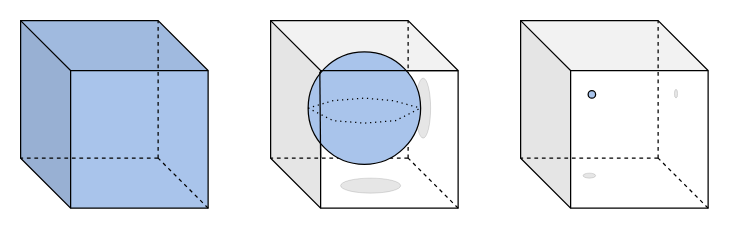
Aakee/ANC-figures keeps this draw.io diagram as ancEffectiveArea.drawio. Above is the earlier version. Source tidied: cells renumbered, new cells numbered last; positions are measured from the earlier drawing's top-left corner, leaving out a move shared by most shapes. Both pictures are drawn from the tidied source at 125%, with x=0, y=0 at pixel (20, 20).
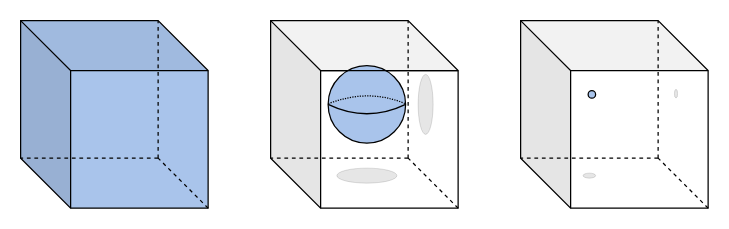
After the change.

What changed in the source:
```diff
@@
     <mxCell id="14" style="ellipse;whiteSpace=wrap;html=1;fillColor=#E6E6E6;strokeWidth=0;rotation=90;" parent="1" vertex="1">
-      <mxGeometry x="298" y="64" width="48" height="12" as="geometry" />
+      <mxGeometry x="300" y="61" width="48" height="12" as="geometry" />
     </mxCell>
     <mxCell id="15" style="ellipse;whiteSpace=wrap;html=1;fillColor=#A9C4EB;strokeWidth=1;" parent="1" vertex="1">
-      <mxGeometry x="230" y="25" width="90" height="90" as="geometry" />
+      <mxGeometry x="246" y="36" width="62" height="62" as="geometry" />
     </mxCell>
-    <mxCell id="16" style="endArrow=none;html=1;rounded=0;entryX=0.104;entryY=0.176;entryDx=0;entryDy=0;entryPerimeter=0;" parent="1" edge="1" target="15">
-      <mxGeometry relative="1" as="geometry">
-        <mxPoint x="240" y="110" as="sourcePoint" />
-      </mxGeometry>
-    </mxCell>
@@
-    <mxCell id="18" style="endArrow=none;dashed=1;html=1;dashPattern=1 3;strokeWidth=1;rounded=0;entryX=1;entryY=0.5;entryDx=0;entryDy=0;" parent="1" edge="1" target="15">
-      <mxGeometry relative="1" as="geometry">
-        <mxPoint x="230" y="70" as="sourcePoint" />
-        <Array as="points">
-          <mxPoint x="250" y="80" />
-          <mxPoint x="275" y="82" />
-          <mxPoint x="300" y="80" />
-        </Array>
-      </mxGeometry>
-    </mxCell>
-    <mxCell id="19" style="endArrow=none;dashed=1;html=1;dashPattern=1 3;strokeWidth=1;rounded=0;entryX=1;entryY=0.5;entryDx=0;entryDy=0;" parent="1" edge="1" target="15">
-      <mxGeometry relative="1" as="geometry">
-        <mxPoint x="230" y="70" as="sourcePoint" />
-        <Array as="points">
-          <mxPoint x="250" y="64" />
-          <mxPoint x="275" y="62" />
-          <mxPoint x="298" y="64" />
-        </Array>
-      </mxGeometry>
-    </mxCell>
@@
     <mxCell id="21" style="ellipse;whiteSpace=wrap;html=1;fillColor=#E6E6E6;strokeWidth=0;" parent="1" vertex="1">
-      <mxGeometry x="256" y="126" width="48" height="12" as="geometry" />
+      <mxGeometry x="253" y="118" width="48" height="12" as="geometry" />
     </mxCell>
@@
+    <mxCell id="24" style="curved=1;endArrow=none;html=1;rounded=0;entryX=1;entryY=0.5;entryDx=0;entryDy=0;exitX=0;exitY=0.5;exitDx=0;exitDy=0;endFill=0;" parent="1" edge="1" source="15" target="15">
+      <mxGeometry relative="1" as="geometry">
+        <Array as="points">
+          <mxPoint x="277" y="82" />
+        </Array>
+      </mxGeometry>
+    </mxCell>
+    <mxCell id="25" style="curved=1;endArrow=none;html=1;rounded=0;entryX=1;entryY=0.5;entryDx=0;entryDy=0;exitX=0;exitY=0.5;exitDx=0;exitDy=0;endFill=0;dashed=1;dashPattern=1 1;" parent="1" edge="1">
+      <mxGeometry relative="1" as="geometry">
+        <mxPoint x="246" y="66.5" as="sourcePoint" />
+        <mxPoint x="308" y="66.5" as="targetPoint" />
+        <Array as="points">
+          <mxPoint x="278" y="54" />
+        </Array>
+      </mxGeometry>
+    </mxCell>
```
